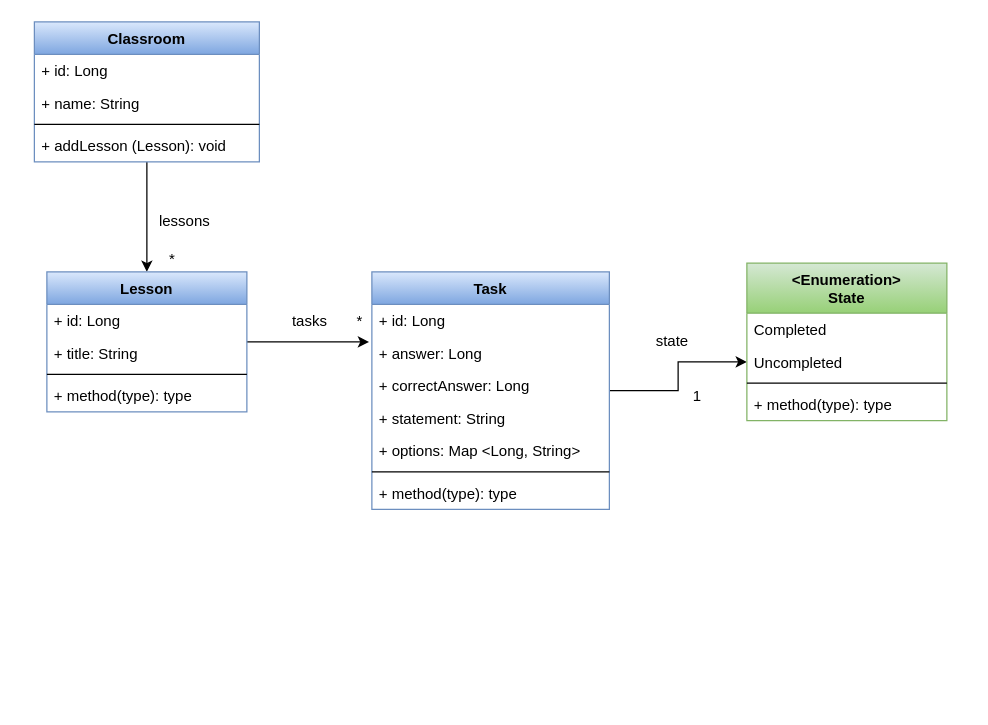
Above: page "Domain" (1 of 2) of doc/UML.drawio in zolezzi/VirTuAula (draw.io), before the change. Source tidied: cells renumbered, new cells numbered last; positions are measured from the earlier drawing's top-left corner, leaving out a move shared by most shapes. Both pictures are drawn from the tidied source at 125%, with x=0, y=0 at pixel (34, 21).
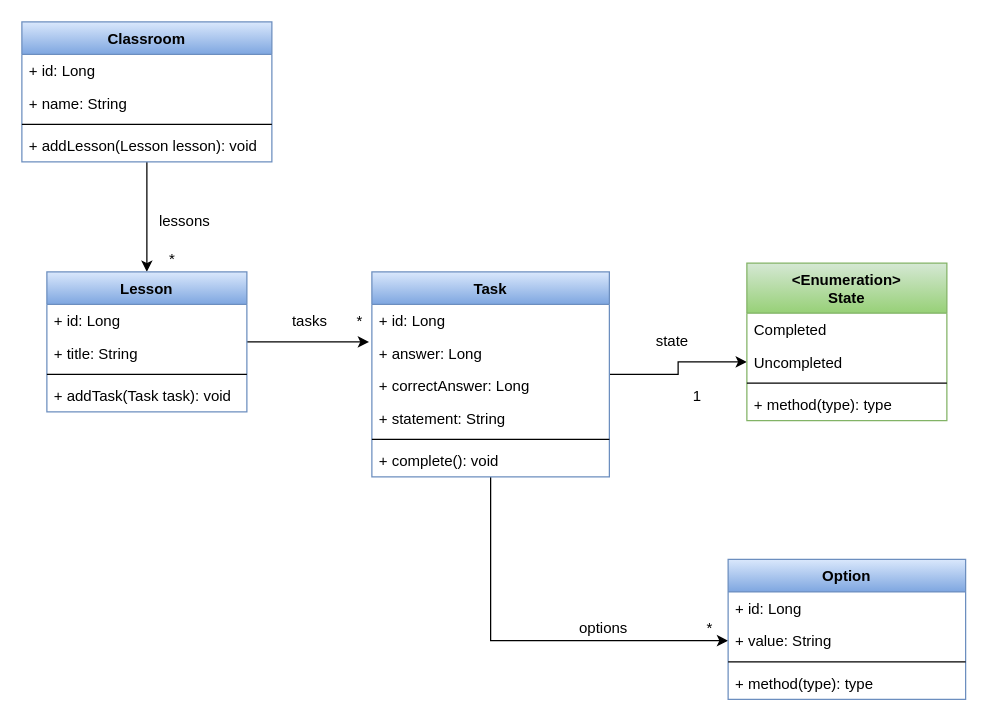
The same diagram, later.

The change refers to these unchanged cells:
```xml
<mxCell id="9" value="Lesson" style="swimlane;fontStyle=1;align=center;verticalAlign=top;horizontal=1;startSize=26;gradientColor=#7ea6e0;fillColor=#dae8fc;strokeColor=#6c8ebf;" parent="1" vertex="1">
  <mxGeometry x="10" y="200" width="160" height="112" as="geometry" />
</mxCell>
```

Change to the diagram source:
```diff
@@
-    <mxCell id="3" value="Classroom" style="swimlane;fontStyle=1;align=center;verticalAlign=top;horizontal=1;startSize=26;gradientColor=#7ea6e0;fillColor=#dae8fc;strokeColor=#6c8ebf;" parent="1" vertex="1">
-      <mxGeometry width="180" height="112" as="geometry" />
-    </mxCell>
-    <mxCell id="4" value="+ id: Long" style="text;strokeColor=none;fillColor=none;align=left;verticalAlign=top;spacingLeft=4;spacingRight=4;overflow=hidden;" parent="3" vertex="1">
-      <mxGeometry y="26" width="180" height="26" as="geometry" />
-    </mxCell>
-    <mxCell id="5" value="+ name: String" style="text;strokeColor=none;fillColor=none;align=left;verticalAlign=top;spacingLeft=4;spacingRight=4;overflow=hidden;" parent="3" vertex="1">
-      <mxGeometry y="52" width="180" height="26" as="geometry" />
-    </mxCell>
-    <mxCell id="6" style="line;strokeWidth=1;fillColor=none;align=left;verticalAlign=middle;spacingTop=-1;spacingLeft=3;spacingRight=3;labelPosition=right;" parent="3" vertex="1">
-      <mxGeometry y="78" width="180" height="8" as="geometry" />
-    </mxCell>
-    <mxCell id="7" value="+ addLesson (Lesson): void&#10;" style="text;strokeColor=none;fillColor=none;align=left;verticalAlign=top;spacingLeft=4;spacingRight=4;overflow=hidden;" parent="3" vertex="1">
-      <mxGeometry y="86" width="180" height="26" as="geometry" />
-    </mxCell>
@@
-    <mxCell id="13" value="+ method(type): type" style="text;strokeColor=none;fillColor=none;align=left;verticalAlign=top;spacingLeft=4;spacingRight=4;overflow=hidden;" parent="9" vertex="1">
+    <mxCell id="13" value="+ addTask(Task task): void" style="text;strokeColor=none;fillColor=none;align=left;verticalAlign=top;spacingLeft=4;spacingRight=4;overflow=hidden;" parent="9" vertex="1">
       <mxGeometry y="86" width="160" height="26" as="geometry" />
     </mxCell>
@@
+    <mxCell id="34" style="edgeStyle=orthogonalEdgeStyle;rounded=0;jettySize=auto;html=1;entryX=0;entryY=0.5;entryDx=0;entryDy=0;" parent="1" edge="1" source="17" target="37">
+      <mxGeometry relative="1" as="geometry" />
+    </mxCell>
     <mxCell id="17" value="Task" style="swimlane;fontStyle=1;align=center;verticalAlign=top;horizontal=1;startSize=26;gradientColor=#7ea6e0;fillColor=#dae8fc;strokeColor=#6c8ebf;" parent="1" vertex="1">
-      <mxGeometry x="270" y="200" width="190" height="190" as="geometry" />
+      <mxGeometry x="270" y="200" width="190" height="164" as="geometry" />
     </mxCell>
@@
-    <mxCell id="22" value="+ options: Map &lt;Long, String&gt;" style="text;strokeColor=none;fillColor=none;align=left;verticalAlign=top;spacingLeft=4;spacingRight=4;overflow=hidden;" parent="17" vertex="1">
-      <mxGeometry y="130" width="190" height="26" as="geometry" />
-    </mxCell>
     <mxCell id="23" style="line;strokeWidth=1;fillColor=none;align=left;verticalAlign=middle;spacingTop=-1;spacingLeft=3;spacingRight=3;labelPosition=right;" parent="17" vertex="1">
-      <mxGeometry y="156" width="190" height="8" as="geometry" />
+      <mxGeometry y="130" width="190" height="8" as="geometry" />
     </mxCell>
-    <mxCell id="24" value="+ method(type): type" style="text;strokeColor=none;fillColor=none;align=left;verticalAlign=top;spacingLeft=4;spacingRight=4;overflow=hidden;" parent="17" vertex="1">
-      <mxGeometry y="164" width="190" height="26" as="geometry" />
+    <mxCell id="24" value="+ complete(): void" style="text;strokeColor=none;fillColor=none;align=left;verticalAlign=top;spacingLeft=4;spacingRight=4;overflow=hidden;" parent="17" vertex="1">
+      <mxGeometry y="138" width="190" height="26" as="geometry" />
     </mxCell>
@@
+    <mxCell id="35" value="Option" style="swimlane;fontStyle=1;align=center;verticalAlign=top;horizontal=1;startSize=26;gradientColor=#7ea6e0;fillColor=#dae8fc;strokeColor=#6c8ebf;" parent="1" vertex="1">
+      <mxGeometry x="555" y="430" width="190" height="112" as="geometry" />
+    </mxCell>
+    <mxCell id="36" value="+ id: Long" style="text;strokeColor=none;fillColor=none;align=left;verticalAlign=top;spacingLeft=4;spacingRight=4;overflow=hidden;" parent="35" vertex="1">
+      <mxGeometry y="26" width="190" height="26" as="geometry" />
+    </mxCell>
+    <mxCell id="37" value="+ value: String" style="text;strokeColor=none;fillColor=none;align=left;verticalAlign=top;spacingLeft=4;spacingRight=4;overflow=hidden;points=[[0,0.5],[1,0.5]];portConstraint=eastwest;" parent="35" vertex="1">
+      <mxGeometry y="52" width="190" height="26" as="geometry" />
+    </mxCell>
+    <mxCell id="38" style="line;strokeWidth=1;fillColor=none;align=left;verticalAlign=middle;spacingTop=-1;spacingLeft=3;spacingRight=3;labelPosition=right;" parent="35" vertex="1">
+      <mxGeometry y="78" width="190" height="8" as="geometry" />
+    </mxCell>
+    <mxCell id="39" value="+ method(type): type" style="text;strokeColor=none;fillColor=none;align=left;verticalAlign=top;spacingLeft=4;spacingRight=4;overflow=hidden;" parent="35" vertex="1">
+      <mxGeometry y="86" width="190" height="26" as="geometry" />
+    </mxCell>
+    <mxCell id="40" value="*" style="text;html=1;align=center;verticalAlign=middle;" parent="1" vertex="1">
+      <mxGeometry x="530" y="475" width="20" height="20" as="geometry" />
+    </mxCell>
+    <mxCell id="41" value="options" style="text;html=1;align=center;verticalAlign=middle;" parent="1" vertex="1">
+      <mxGeometry x="430" y="475" width="50" height="20" as="geometry" />
+    </mxCell>
+    <mxCell id="3" value="Classroom" style="swimlane;fontStyle=1;align=center;verticalAlign=top;horizontal=1;startSize=26;gradientColor=#7ea6e0;fillColor=#dae8fc;strokeColor=#6c8ebf;" parent="1" vertex="1">
+      <mxGeometry x="-10" width="200" height="112" as="geometry" />
+    </mxCell>
+    <mxCell id="4" value="+ id: Long" style="text;strokeColor=none;fillColor=none;align=left;verticalAlign=top;spacingLeft=4;spacingRight=4;overflow=hidden;" parent="3" vertex="1">
+      <mxGeometry y="26" width="200" height="26" as="geometry" />
+    </mxCell>
+    <mxCell id="5" value="+ name: String" style="text;strokeColor=none;fillColor=none;align=left;verticalAlign=top;spacingLeft=4;spacingRight=4;overflow=hidden;" parent="3" vertex="1">
+      <mxGeometry y="52" width="200" height="26" as="geometry" />
+    </mxCell>
+    <mxCell id="6" style="line;strokeWidth=1;fillColor=none;align=left;verticalAlign=middle;spacingTop=-1;spacingLeft=3;spacingRight=3;labelPosition=right;" parent="3" vertex="1">
+      <mxGeometry y="78" width="200" height="8" as="geometry" />
+    </mxCell>
+    <mxCell id="7" value="+ addLesson(Lesson lesson): void&#10;" style="text;strokeColor=none;fillColor=none;align=left;verticalAlign=top;spacingLeft=4;spacingRight=4;overflow=hidden;" parent="3" vertex="1">
+      <mxGeometry y="86" width="200" height="26" as="geometry" />
+    </mxCell>
```
